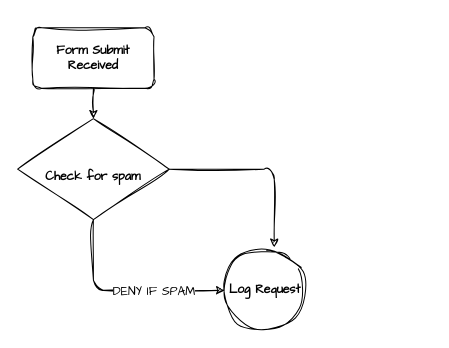
Before: page "API Server: Forms" (4 of 5) of MTIS Infrastructure V1.drawio in kevin-mits/mits-plans, a draw.io diagram. Source tidied: cells renumbered, new cells numbered last; positions are measured from the earlier drawing's top-left corner, leaving out a move shared by most shapes. Both pictures are drawn from the tidied source at 101%, with x=0, y=0 at pixel (17, 27).
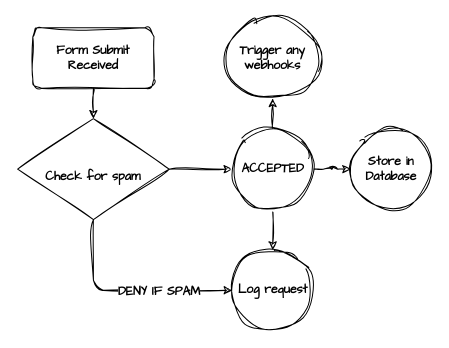
The same page after the edit.

What changed in the source:
```diff
@@
 <mxGraphModel>
   <root>
     <mxCell id="0" />
     <mxCell id="1" parent="0" />
     <mxCell id="2" style="edgeStyle=orthogonalEdgeStyle;rounded=1;sketch=1;hachureGap=4;jiggle=2;curveFitting=1;jettySize=auto;html=1;exitX=0.5;exitY=1;exitDx=0;exitDy=0;entryX=0.5;entryY=0;entryDx=0;entryDy=0;fontFamily=Architects Daughter;fontSize=12;fontColor=default;" parent="1" edge="1" source="3">
       <mxGeometry relative="1" as="geometry">
         <mxPoint x="75" y="90" as="targetPoint" />
       </mxGeometry>
     </mxCell>
     <mxCell id="3" value="&lt;b&gt;Form Submit Received&lt;/b&gt;" style="rounded=1;whiteSpace=wrap;html=1;sketch=1;hachureGap=4;jiggle=2;curveFitting=1;fontFamily=Architects Daughter;" parent="1" vertex="1">
       <mxGeometry x="15" width="120" height="60" as="geometry" />
     </mxCell>
-    <mxCell id="4" value="&lt;b&gt;Log Request&lt;/b&gt;" style="ellipse;whiteSpace=wrap;html=1;shapeInside=1;sketch=1;hachureGap=4;jiggle=2;curveFitting=1;fontFamily=Architects Daughter;" parent="1" vertex="1">
-      <mxGeometry x="205" y="220" width="80" height="80" as="geometry" />
+    <mxCell id="4" value="&lt;b&gt;Log request&lt;/b&gt;" style="ellipse;whiteSpace=wrap;html=1;shapeInside=1;sketch=1;hachureGap=4;jiggle=2;curveFitting=1;fontFamily=Architects Daughter;" parent="1" vertex="1">
+      <mxGeometry x="212.5" y="220" width="80" height="80" as="geometry" />
     </mxCell>
     <mxCell id="5" style="edgeStyle=orthogonalEdgeStyle;rounded=1;sketch=1;hachureGap=4;jiggle=2;curveFitting=1;jettySize=auto;html=1;exitX=0.5;exitY=1;exitDx=0;exitDy=0;entryX=0;entryY=0.5;entryDx=0;entryDy=0;fontFamily=Architects Daughter;fontSize=12;fontColor=default;" parent="1" edge="1" source="7" target="4">
       <mxGeometry relative="1" as="geometry" />
     </mxCell>
-    <mxCell id="6" value="DENY IF SPAM" style="edgeLabel;html=1;align=center;verticalAlign=middle;fontFamily=Architects Daughter;fontSize=12;fontColor=default;" parent="5" vertex="1">
+    <mxCell id="6" value="&lt;b&gt;DENY IF SPAM&lt;/b&gt;" style="edgeLabel;html=1;align=center;verticalAlign=middle;fontFamily=Architects Daughter;fontSize=12;fontColor=default;" parent="5" vertex="1">
       <mxGeometry x="0.29" y="-1" relative="1" as="geometry" />
     </mxCell>
+    <mxCell id="9" style="edgeStyle=orthogonalEdgeStyle;rounded=1;sketch=1;hachureGap=4;jiggle=2;curveFitting=1;jettySize=auto;html=1;exitX=1;exitY=0.5;exitDx=0;exitDy=0;entryX=0;entryY=0.5;entryDx=0;entryDy=0;fontFamily=Architects Daughter;fontSize=12;fontColor=default;" parent="1" edge="1" source="7" target="15">
+      <mxGeometry relative="1" as="geometry" />
+    </mxCell>
     <mxCell id="7" value="&lt;br&gt;&lt;div&gt;&lt;b&gt;Check for spam&lt;/b&gt;&lt;/div&gt;" style="rhombus;whiteSpace=wrap;html=1;shapeInside=1;sketch=1;hachureGap=4;jiggle=2;curveFitting=1;fontFamily=Architects Daughter;" parent="1" vertex="1">
       <mxGeometry y="90" width="150" height="100" as="geometry" />
     </mxCell>
-    <mxCell id="8" style="edgeStyle=orthogonalEdgeStyle;rounded=1;sketch=1;hachureGap=4;jiggle=2;curveFitting=1;jettySize=auto;html=1;exitX=1;exitY=0.5;exitDx=0;exitDy=0;entryX=0.613;entryY=-0.033;entryDx=0;entryDy=0;entryPerimeter=0;fontFamily=Architects Daughter;fontSize=12;fontColor=default;" parent="1" edge="1" source="7" target="4">
-      <mxGeometry relative="1" as="geometry" />
-    </mxCell>
+    <mxCell id="10" value="&lt;b&gt;Store in Database&lt;/b&gt;" style="ellipse;whiteSpace=wrap;html=1;shapeInside=1;sketch=1;hachureGap=4;jiggle=2;curveFitting=1;fontFamily=Architects Daughter;" parent="1" vertex="1">
+      <mxGeometry x="330" y="100" width="80" height="80" as="geometry" />
+    </mxCell>
+    <mxCell id="11" value="&lt;b&gt;Trigger any webhooks&lt;/b&gt;" style="ellipse;whiteSpace=wrap;html=1;shapeInside=1;sketch=1;hachureGap=4;jiggle=2;curveFitting=1;fontFamily=Architects Daughter;" parent="1" vertex="1">
+      <mxGeometry x="205" y="-10" width="95" height="80" as="geometry" />
+    </mxCell>
+    <mxCell id="12" style="edgeStyle=orthogonalEdgeStyle;rounded=1;sketch=1;hachureGap=4;jiggle=2;curveFitting=1;jettySize=auto;html=1;exitX=0.5;exitY=0;exitDx=0;exitDy=0;entryX=0.5;entryY=1;entryDx=0;entryDy=0;fontFamily=Architects Daughter;fontSize=12;fontColor=default;" parent="1" edge="1" source="15" target="11">
+      <mxGeometry relative="1" as="geometry" />
+    </mxCell>
+    <mxCell id="13" style="edgeStyle=orthogonalEdgeStyle;rounded=1;sketch=1;hachureGap=4;jiggle=2;curveFitting=1;jettySize=auto;html=1;fontFamily=Architects Daughter;fontSize=12;fontColor=default;" parent="1" edge="1" source="15" target="10">
+      <mxGeometry relative="1" as="geometry" />
+    </mxCell>
+    <mxCell id="14" style="edgeStyle=orthogonalEdgeStyle;rounded=1;sketch=1;hachureGap=4;jiggle=2;curveFitting=1;jettySize=auto;html=1;exitX=0.5;exitY=1;exitDx=0;exitDy=0;entryX=0.5;entryY=0;entryDx=0;entryDy=0;fontFamily=Architects Daughter;fontSize=12;fontColor=default;" parent="1" edge="1" source="15" target="4">
+      <mxGeometry relative="1" as="geometry" />
+    </mxCell>
+    <mxCell id="15" value="&lt;b&gt;ACCEPTED&lt;/b&gt;" style="ellipse;whiteSpace=wrap;html=1;shapeInside=1;sketch=1;hachureGap=4;jiggle=2;curveFitting=1;fontFamily=Architects Daughter;" parent="1" vertex="1">
+      <mxGeometry x="212.5" y="100" width="80" height="80" as="geometry" />
+    </mxCell>
   </root>
 </mxGraphModel>
```
